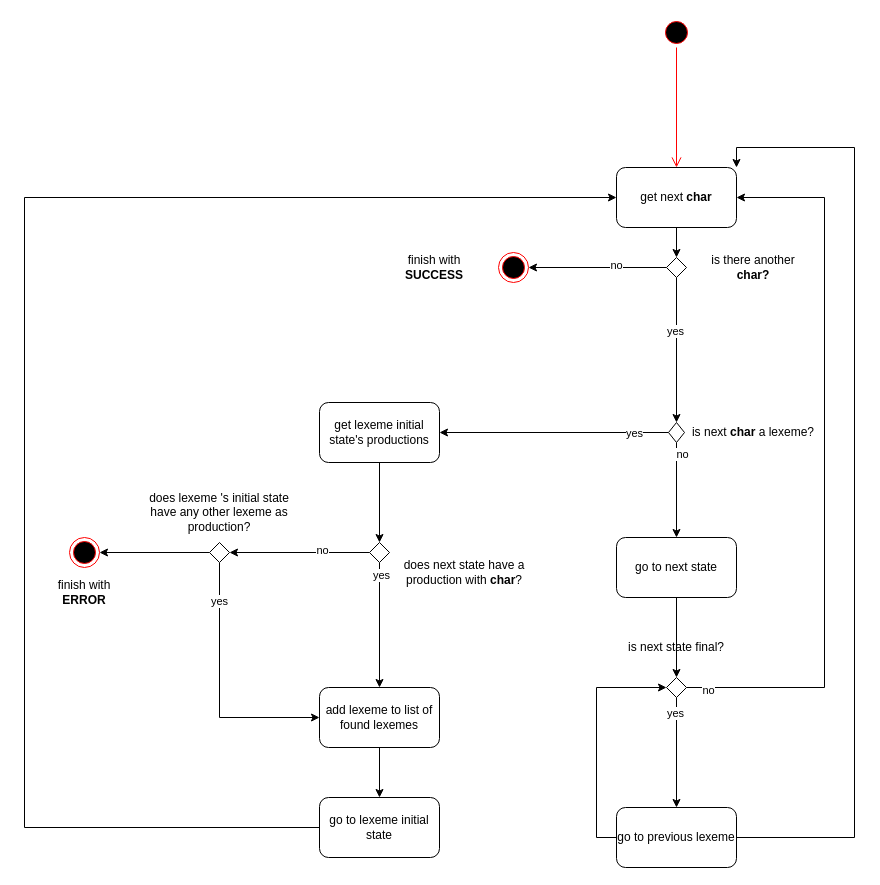
Above: docs/lexical_analyzer diagram.drawio in jeanleopoldo/LexicalAnalyzer (draw.io), before the change. Source tidied: cells renumbered, new cells numbered last; positions are measured from the earlier drawing's top-left corner, leaving out a move shared by most shapes. Both pictures are drawn from the tidied source at 100%, with x=0, y=0 at pixel (24, 17).
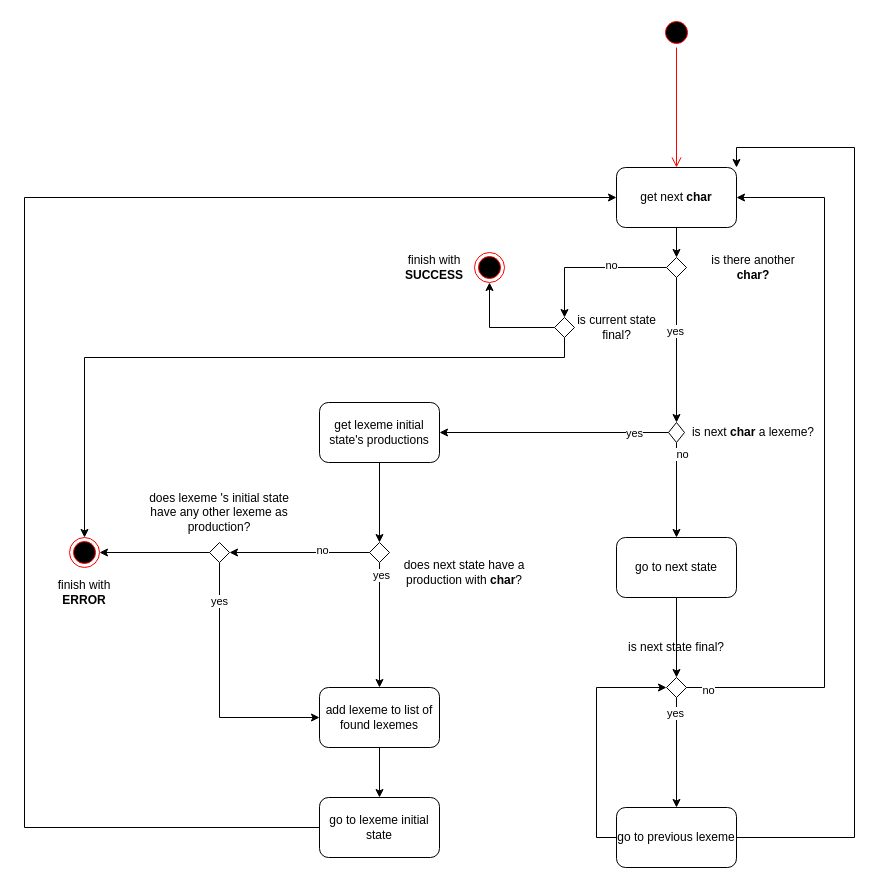
The same page after the edit.

The change refers to these unchanged cells:
```xml
<mxCell id="36" style="rhombus;whiteSpace=wrap;html=1;" parent="1" vertex="1">
  <mxGeometry x="642" y="240" width="20" height="20" as="geometry" />
</mxCell>
<mxCell id="44" style="ellipse;html=1;shape=endState;fillColor=#000000;strokeColor=#ff0000;" parent="1" vertex="1">
  <mxGeometry x="45" y="520" width="30" height="30" as="geometry" />
</mxCell>
```

What changed in the source:
```diff
@@
-    <mxCell id="34" style="edgeStyle=orthogonalEdgeStyle;rounded=0;jettySize=auto;html=1;" parent="1" edge="1" source="36" target="37">
+    <mxCell id="34" style="edgeStyle=orthogonalEdgeStyle;rounded=0;jettySize=auto;html=1;entryX=0.5;entryY=0;entryDx=0;entryDy=0;" parent="1" edge="1" source="36" target="52">
       <mxGeometry relative="1" as="geometry" />
     </mxCell>
@@
     <mxCell id="37" style="ellipse;html=1;shape=endState;fillColor=#000000;strokeColor=#ff0000;" parent="1" vertex="1">
-      <mxGeometry x="474" y="235" width="30" height="30" as="geometry" />
+      <mxGeometry x="450" y="235" width="30" height="30" as="geometry" />
     </mxCell>
@@
+    <mxCell id="50" style="edgeStyle=orthogonalEdgeStyle;rounded=0;jettySize=auto;html=1;entryX=0.5;entryY=1;entryDx=0;entryDy=0;" parent="1" edge="1" source="52" target="37">
+      <mxGeometry relative="1" as="geometry" />
+    </mxCell>
+    <mxCell id="51" style="edgeStyle=orthogonalEdgeStyle;rounded=0;jettySize=auto;html=1;" parent="1" edge="1" source="52" target="44">
+      <mxGeometry relative="1" as="geometry">
+        <Array as="points">
+          <mxPoint x="540" y="340" />
+          <mxPoint x="60" y="340" />
+        </Array>
+      </mxGeometry>
+    </mxCell>
+    <mxCell id="52" style="rhombus;whiteSpace=wrap;html=1;" parent="1" vertex="1">
+      <mxGeometry x="530" y="300" width="20" height="20" as="geometry" />
+    </mxCell>
+    <mxCell id="53" value="is current state final?" style="text;html=1;strokeColor=none;fillColor=none;align=center;verticalAlign=middle;whiteSpace=wrap;rounded=0;" parent="1" vertex="1">
+      <mxGeometry x="550" y="295" width="85" height="30" as="geometry" />
+    </mxCell>
```
